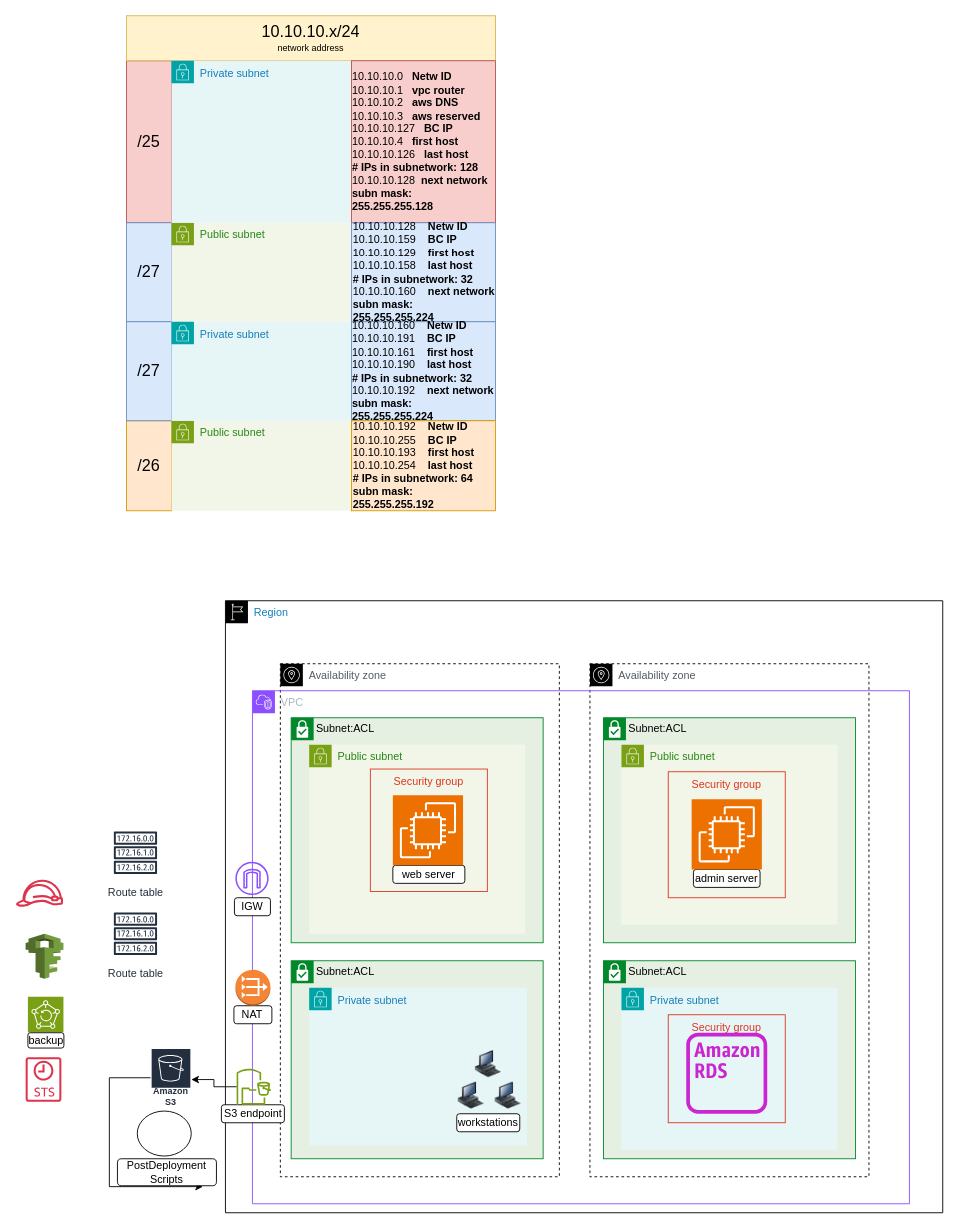
The draw.io diagram 10_Final_Project/v1.0/FinalProject-v1.0.drawio in techgrounds/techgrounds-FvL69-1, before the edit. Source tidied: cells renumbered, new cells numbered last; positions are measured from the earlier drawing's top-left corner, leaving out a move shared by most shapes. Both pictures are drawn from the tidied source at 90%, with x=0, y=0 at pixel (15, 15).
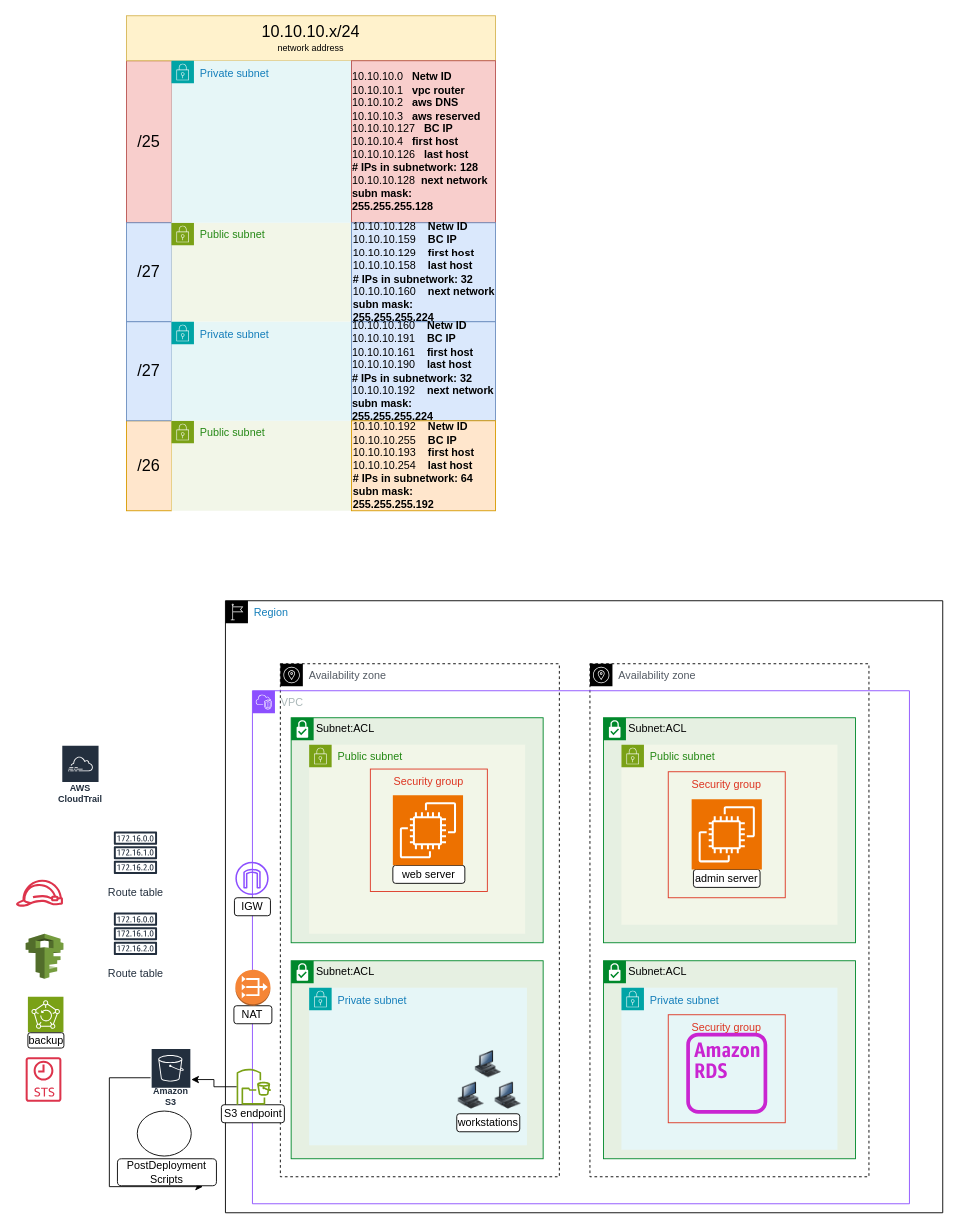
After the change.

The edit, as a diff of the source:
```diff
@@
+    <mxCell id="57" value="AWS&#10;CloudTrail" style="sketch=0;fontColor=#232F3E;gradientColor=none;strokeColor=#ffffff;fillColor=#232F3E;dashed=0;verticalLabelPosition=middle;verticalAlign=bottom;align=center;html=1;whiteSpace=wrap;fontSize=10;fontStyle=1;spacing=3;shape=mxgraph.aws4.productIcon;prIcon=mxgraph.aws4.cloudtrail;" parent="1" vertex="1">
+      <mxGeometry x="50.7" y="810" width="42.3" height="70" as="geometry" />
+    </mxCell>
```
